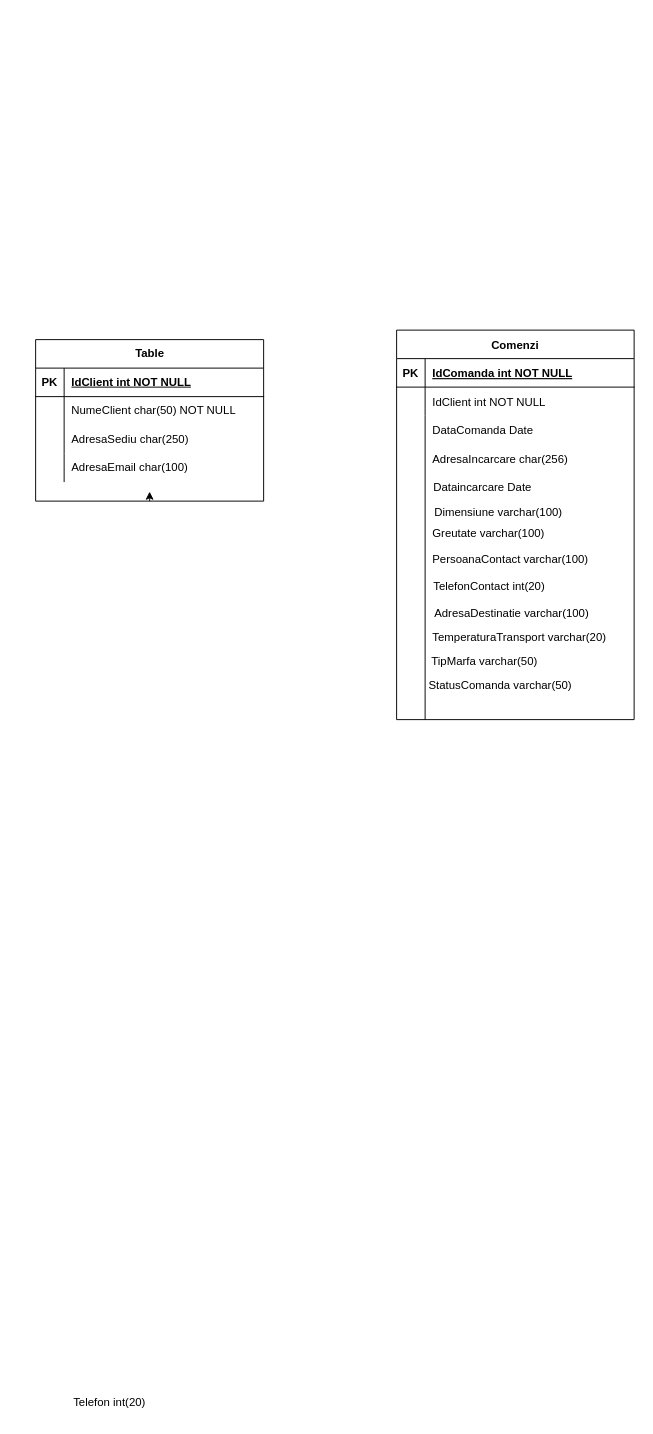
Above: TransportDataBase.drawio in AncaOanaM/Transport-Database (draw.io), before the change. Source tidied: cells renumbered, new cells numbered last; positions are measured from the earlier drawing's top-left corner, leaving out a move shared by most shapes. Both pictures are drawn from the tidied source at 95%, with x=0, y=0 at pixel (35, 330).
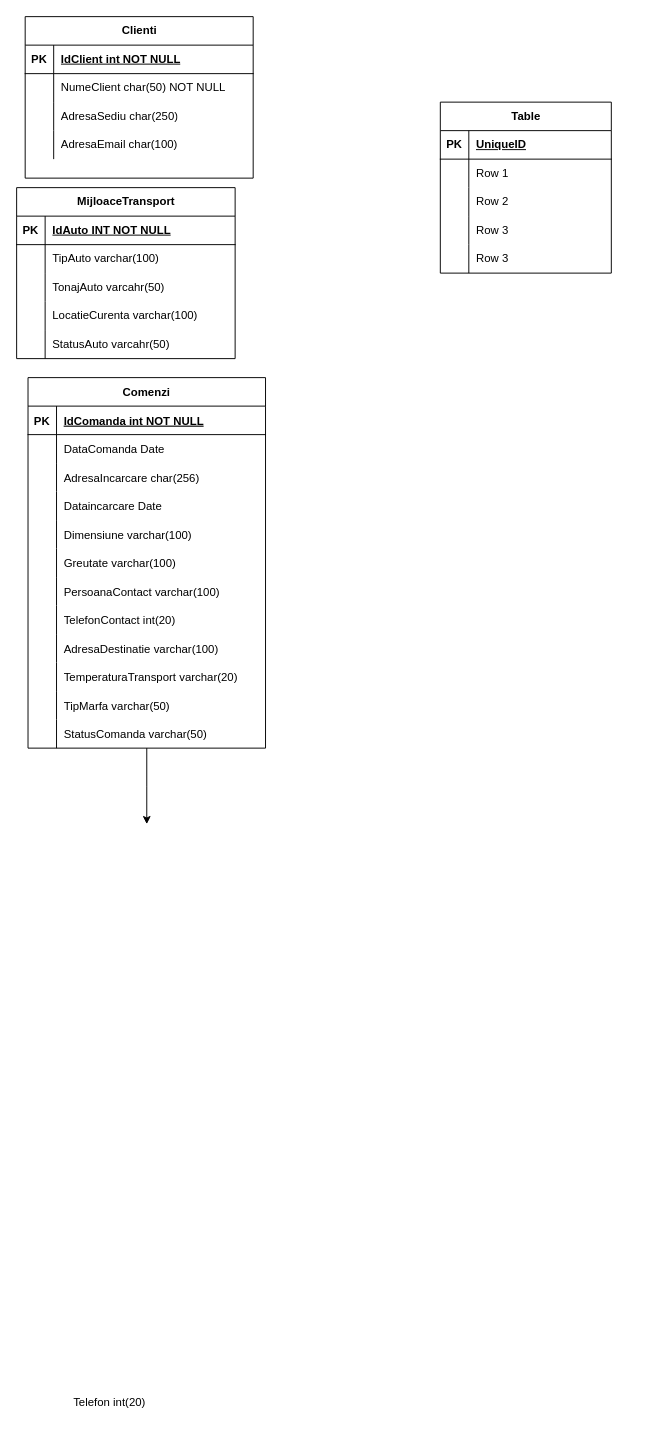
Above is the later version.

The change refers to these unchanged cells:
```xml
<mxCell id="6" style="shape=partialRectangle;fillColor=none;top=0;left=0;right=0;bottom=0;" parent="2" vertex="1">
  <mxGeometry y="60" width="250" height="30" as="geometry" />
</mxCell>
```

What changed in the source:
```diff
@@
+    <mxCell id="36" style="edgeStyle=orthogonalEdgeStyle;rounded=0;jettySize=auto;html=1;exitX=0.5;exitY=1;exitDx=0;exitDy=0;" parent="1" edge="1" source="2">
+      <mxGeometry relative="1" as="geometry">
+        <mxPoint x="117" y="520" as="targetPoint" />
+      </mxGeometry>
+    </mxCell>
     <mxCell id="2" value="Comenzi" style="shape=table;startSize=30;childLayout=tableLayout;rowLines=0;fontStyle=1;align=center;" parent="1" vertex="1">
-      <mxGeometry x="380" width="250" height="410" as="geometry" />
+      <mxGeometry x="-8" y="50" width="250" height="390" as="geometry" />
     </mxCell>
@@
-    <mxCell id="8" value="IdClient int NOT NULL" style="shape=partialRectangle;overflow=hidden;fillColor=none;top=0;left=0;bottom=0;right=0;align=left;spacingLeft=6;" parent="6" vertex="1">
+    <mxCell id="8" value="DataComanda Date" style="shape=partialRectangle;overflow=hidden;fillColor=none;top=0;left=0;bottom=0;right=0;align=left;spacingLeft=6;" parent="6" vertex="1">
       <mxGeometry x="30" width="220" height="30" as="geometry" />
     </mxCell>
-    <mxCell id="9" style="edgeStyle=orthogonalEdgeStyle;rounded=0;jettySize=auto;html=1;exitX=0.5;exitY=1;exitDx=0;exitDy=0;" parent="1" edge="1" source="10">
-      <mxGeometry relative="1" as="geometry">
-        <mxPoint x="120" y="170" as="targetPoint" />
-      </mxGeometry>
-    </mxCell>
+    <mxCell id="37" style="shape=partialRectangle;fillColor=none;top=0;left=0;right=0;bottom=0;" parent="2" vertex="1">
+      <mxGeometry y="90" width="250" height="30" as="geometry" />
+    </mxCell>
+    <mxCell id="38" style="shape=partialRectangle;overflow=hidden;fillColor=none;top=0;left=0;bottom=0;right=0;" parent="37" vertex="1">
+      <mxGeometry width="30" height="30" as="geometry" />
+    </mxCell>
+    <mxCell id="39" value="AdresaIncarcare char(256)" style="shape=partialRectangle;overflow=hidden;fillColor=none;top=0;left=0;bottom=0;right=0;align=left;spacingLeft=6;" parent="37" vertex="1">
+      <mxGeometry x="30" width="220" height="30" as="geometry" />
+    </mxCell>
+    <mxCell id="40" style="shape=partialRectangle;fillColor=none;top=0;left=0;right=0;bottom=0;" parent="2" vertex="1">
+      <mxGeometry y="120" width="250" height="30" as="geometry" />
+    </mxCell>
+    <mxCell id="41" style="shape=partialRectangle;overflow=hidden;fillColor=none;top=0;left=0;bottom=0;right=0;" parent="40" vertex="1">
+      <mxGeometry width="30" height="30" as="geometry" />
+    </mxCell>
+    <mxCell id="42" value="Dataincarcare Date" style="shape=partialRectangle;overflow=hidden;fillColor=none;top=0;left=0;bottom=0;right=0;align=left;spacingLeft=6;" parent="40" vertex="1">
+      <mxGeometry x="30" width="220" height="30" as="geometry" />
+    </mxCell>
+    <mxCell id="43" style="shape=partialRectangle;fillColor=none;top=0;left=0;right=0;bottom=0;" parent="2" vertex="1">
+      <mxGeometry y="150" width="250" height="30" as="geometry" />
+    </mxCell>
+    <mxCell id="44" style="shape=partialRectangle;overflow=hidden;fillColor=none;top=0;left=0;bottom=0;right=0;" parent="43" vertex="1">
+      <mxGeometry width="30" height="30" as="geometry" />
+    </mxCell>
+    <mxCell id="45" value="Dimensiune varchar(100)" style="shape=partialRectangle;overflow=hidden;fillColor=none;top=0;left=0;bottom=0;right=0;align=left;spacingLeft=6;" parent="43" vertex="1">
+      <mxGeometry x="30" width="220" height="30" as="geometry" />
+    </mxCell>
+    <mxCell id="46" style="shape=partialRectangle;fillColor=none;top=0;left=0;right=0;bottom=0;" parent="2" vertex="1">
+      <mxGeometry y="180" width="250" height="30" as="geometry" />
+    </mxCell>
+    <mxCell id="47" style="shape=partialRectangle;overflow=hidden;fillColor=none;top=0;left=0;bottom=0;right=0;" parent="46" vertex="1">
+      <mxGeometry width="30" height="30" as="geometry" />
+    </mxCell>
+    <mxCell id="48" value="Greutate varchar(100)" style="shape=partialRectangle;overflow=hidden;fillColor=none;top=0;left=0;bottom=0;right=0;align=left;spacingLeft=6;" parent="46" vertex="1">
+      <mxGeometry x="30" width="220" height="30" as="geometry" />
+    </mxCell>
+    <mxCell id="49" style="shape=partialRectangle;fillColor=none;top=0;left=0;right=0;bottom=0;" parent="2" vertex="1">
+      <mxGeometry y="210" width="250" height="30" as="geometry" />
+    </mxCell>
+    <mxCell id="50" style="shape=partialRectangle;overflow=hidden;fillColor=none;top=0;left=0;bottom=0;right=0;" parent="49" vertex="1">
+      <mxGeometry width="30" height="30" as="geometry" />
+    </mxCell>
+    <mxCell id="51" value="PersoanaContact varchar(100)" style="shape=partialRectangle;overflow=hidden;fillColor=none;top=0;left=0;bottom=0;right=0;align=left;spacingLeft=6;" parent="49" vertex="1">
+      <mxGeometry x="30" width="220" height="30" as="geometry" />
+    </mxCell>
+    <mxCell id="52" style="shape=partialRectangle;fillColor=none;top=0;left=0;right=0;bottom=0;" parent="2" vertex="1">
+      <mxGeometry y="240" width="250" height="30" as="geometry" />
+    </mxCell>
+    <mxCell id="53" style="shape=partialRectangle;overflow=hidden;fillColor=none;top=0;left=0;bottom=0;right=0;" parent="52" vertex="1">
+      <mxGeometry width="30" height="30" as="geometry" />
+    </mxCell>
+    <mxCell id="54" value="TelefonContact int(20)" style="shape=partialRectangle;overflow=hidden;fillColor=none;top=0;left=0;bottom=0;right=0;align=left;spacingLeft=6;" parent="52" vertex="1">
+      <mxGeometry x="30" width="220" height="30" as="geometry" />
+    </mxCell>
+    <mxCell id="55" style="shape=partialRectangle;fillColor=none;top=0;left=0;right=0;bottom=0;" parent="2" vertex="1">
+      <mxGeometry y="270" width="250" height="30" as="geometry" />
+    </mxCell>
+    <mxCell id="56" style="shape=partialRectangle;overflow=hidden;fillColor=none;top=0;left=0;bottom=0;right=0;" parent="55" vertex="1">
+      <mxGeometry width="30" height="30" as="geometry" />
+    </mxCell>
+    <mxCell id="57" value="AdresaDestinatie varchar(100)" style="shape=partialRectangle;overflow=hidden;fillColor=none;top=0;left=0;bottom=0;right=0;align=left;spacingLeft=6;" parent="55" vertex="1">
+      <mxGeometry x="30" width="220" height="30" as="geometry" />
+    </mxCell>
+    <mxCell id="58" style="shape=partialRectangle;fillColor=none;top=0;left=0;right=0;bottom=0;" parent="2" vertex="1">
+      <mxGeometry y="300" width="250" height="30" as="geometry" />
+    </mxCell>
+    <mxCell id="59" style="shape=partialRectangle;overflow=hidden;fillColor=none;top=0;left=0;bottom=0;right=0;" parent="58" vertex="1">
+      <mxGeometry width="30" height="30" as="geometry" />
+    </mxCell>
+    <mxCell id="60" value="TemperaturaTransport varchar(20)" style="shape=partialRectangle;overflow=hidden;fillColor=none;top=0;left=0;bottom=0;right=0;align=left;spacingLeft=6;" parent="58" vertex="1">
+      <mxGeometry x="30" width="220" height="30" as="geometry" />
+    </mxCell>
+    <mxCell id="61" style="shape=partialRectangle;fillColor=none;top=0;left=0;right=0;bottom=0;" parent="2" vertex="1">
+      <mxGeometry y="330" width="250" height="30" as="geometry" />
+    </mxCell>
+    <mxCell id="62" style="shape=partialRectangle;overflow=hidden;fillColor=none;top=0;left=0;bottom=0;right=0;" parent="61" vertex="1">
+      <mxGeometry width="30" height="30" as="geometry" />
+    </mxCell>
+    <mxCell id="63" value="TipMarfa varchar(50)" style="shape=partialRectangle;overflow=hidden;fillColor=none;top=0;left=0;bottom=0;right=0;align=left;spacingLeft=6;" parent="61" vertex="1">
+      <mxGeometry x="30" width="220" height="30" as="geometry" />
+    </mxCell>
+    <mxCell id="64" style="shape=partialRectangle;fillColor=none;top=0;left=0;right=0;bottom=0;" parent="2" vertex="1">
+      <mxGeometry y="360" width="250" height="30" as="geometry" />
+    </mxCell>
+    <mxCell id="65" style="shape=partialRectangle;overflow=hidden;fillColor=none;top=0;left=0;bottom=0;right=0;" parent="64" vertex="1">
+      <mxGeometry width="30" height="30" as="geometry" />
+    </mxCell>
+    <mxCell id="66" value="StatusComanda varchar(50)" style="shape=partialRectangle;overflow=hidden;fillColor=none;top=0;left=0;bottom=0;right=0;align=left;spacingLeft=6;" parent="64" vertex="1">
+      <mxGeometry x="30" width="220" height="30" as="geometry" />
+    </mxCell>
-    <mxCell id="10" value="Table" style="shape=table;startSize=30;childLayout=tableLayout;rowLines=0;fontStyle=1;align=center;html=1;" parent="1" vertex="1">
-      <mxGeometry y="10" width="240" height="170" as="geometry" />
+    <mxCell id="10" value="Clienti" style="shape=table;startSize=30;childLayout=tableLayout;rowLines=0;fontStyle=1;align=center;html=1;" parent="1" vertex="1">
+      <mxGeometry x="-11" y="-330" width="240" height="170" as="geometry" />
     </mxCell>
@@
-    <mxCell id="24" value="DataComanda Date" style="shape=partialRectangle;overflow=hidden;fillColor=none;top=0;left=0;bottom=0;right=0;align=left;spacingLeft=6;" parent="1" vertex="1">
+    <mxCell id="24" style="shape=partialRectangle;overflow=hidden;fillColor=none;top=0;left=0;bottom=0;right=0;align=left;spacingLeft=6;" parent="1" vertex="1">
       <mxGeometry x="410" y="90" width="220" height="30" as="geometry" />
     </mxCell>
-    <mxCell id="25" value="AdresaIncarcare char(256)" style="shape=partialRectangle;overflow=hidden;fillColor=none;top=0;left=0;bottom=0;right=0;align=left;spacingLeft=6;" parent="1" vertex="1">
+    <mxCell id="25" style="shape=partialRectangle;overflow=hidden;fillColor=none;top=0;left=0;bottom=0;right=0;align=left;spacingLeft=6;" parent="1" vertex="1">
       <mxGeometry x="410" y="120" width="220" height="30" as="geometry" />
     </mxCell>
-    <mxCell id="26" value="Dataincarcare Date" style="shape=partialRectangle;overflow=hidden;fillColor=none;top=0;left=0;bottom=0;right=0;align=left;spacingLeft=6;" parent="1" vertex="1">
+    <mxCell id="26" style="shape=partialRectangle;overflow=hidden;fillColor=none;top=0;left=0;bottom=0;right=0;align=left;spacingLeft=6;" parent="1" vertex="1">
       <mxGeometry x="411" y="150" width="220" height="30" as="geometry" />
     </mxCell>
-    <mxCell id="27" value="Dimensiune varchar(100)" style="shape=partialRectangle;overflow=hidden;fillColor=none;top=0;left=0;bottom=0;right=0;align=left;spacingLeft=6;" parent="1" vertex="1">
+    <mxCell id="27" style="shape=partialRectangle;overflow=hidden;fillColor=none;top=0;left=0;bottom=0;right=0;align=left;spacingLeft=6;" parent="1" vertex="1">
       <mxGeometry x="412" y="176" width="220" height="30" as="geometry" />
     </mxCell>
-    <mxCell id="28" value="Greutate varchar(100)" style="shape=partialRectangle;overflow=hidden;fillColor=none;top=0;left=0;bottom=0;right=0;align=left;spacingLeft=6;" parent="1" vertex="1">
+    <mxCell id="28" style="shape=partialRectangle;overflow=hidden;fillColor=none;top=0;left=0;bottom=0;right=0;align=left;spacingLeft=6;" parent="1" vertex="1">
       <mxGeometry x="410" y="198" width="220" height="30" as="geometry" />
     </mxCell>
-    <mxCell id="29" value="PersoanaContact varchar(100)" style="shape=partialRectangle;overflow=hidden;fillColor=none;top=0;left=0;bottom=0;right=0;align=left;spacingLeft=6;" parent="1" vertex="1">
+    <mxCell id="29" style="shape=partialRectangle;overflow=hidden;fillColor=none;top=0;left=0;bottom=0;right=0;align=left;spacingLeft=6;" parent="1" vertex="1">
       <mxGeometry x="410" y="226" width="220" height="30" as="geometry" />
     </mxCell>
-    <mxCell id="30" value="TelefonContact int(20)" style="shape=partialRectangle;overflow=hidden;fillColor=none;top=0;left=0;bottom=0;right=0;align=left;spacingLeft=6;" parent="1" vertex="1">
+    <mxCell id="30" style="shape=partialRectangle;overflow=hidden;fillColor=none;top=0;left=0;bottom=0;right=0;align=left;spacingLeft=6;" parent="1" vertex="1">
       <mxGeometry x="411" y="254" width="220" height="30" as="geometry" />
     </mxCell>
-    <mxCell id="31" value="AdresaDestinatie varchar(100)" style="shape=partialRectangle;overflow=hidden;fillColor=none;top=0;left=0;bottom=0;right=0;align=left;spacingLeft=6;" parent="1" vertex="1">
+    <mxCell id="31" style="shape=partialRectangle;overflow=hidden;fillColor=none;top=0;left=0;bottom=0;right=0;align=left;spacingLeft=6;" parent="1" vertex="1">
       <mxGeometry x="412" y="283" width="220" height="30" as="geometry" />
     </mxCell>
-    <mxCell id="32" value="TemperaturaTransport varchar(20)" style="shape=partialRectangle;overflow=hidden;fillColor=none;top=0;left=0;bottom=0;right=0;align=left;spacingLeft=6;" parent="1" vertex="1">
+    <mxCell id="32" style="shape=partialRectangle;overflow=hidden;fillColor=none;top=0;left=0;bottom=0;right=0;align=left;spacingLeft=6;" parent="1" vertex="1">
       <mxGeometry x="410" y="308" width="220" height="30" as="geometry" />
     </mxCell>
-    <mxCell id="33" value="TipMarfa varchar(50)" style="shape=partialRectangle;overflow=hidden;fillColor=none;top=0;left=0;bottom=0;right=0;align=left;spacingLeft=6;" parent="1" vertex="1">
+    <mxCell id="33" style="shape=partialRectangle;overflow=hidden;fillColor=none;top=0;left=0;bottom=0;right=0;align=left;spacingLeft=6;" parent="1" vertex="1">
       <mxGeometry x="409" y="333" width="220" height="30" as="geometry" />
     </mxCell>
-    <mxCell id="34" value="StatusComanda varchar(50)" style="shape=partialRectangle;overflow=hidden;fillColor=none;top=0;left=0;bottom=0;right=0;align=left;spacingLeft=6;" parent="1" vertex="1">
+    <mxCell id="34" style="shape=partialRectangle;overflow=hidden;fillColor=none;top=0;left=0;bottom=0;right=0;align=left;spacingLeft=6;" parent="1" vertex="1">
       <mxGeometry x="406" y="358" width="220" height="30" as="geometry" />
     </mxCell>
-    <mxCell id="35" style="endArrow=none;html=1;rounded=0;" parent="1" edge="1">
-      <mxGeometry relative="1" as="geometry">
-        <mxPoint x="410" y="410" as="sourcePoint" />
-        <mxPoint x="410" y="90" as="targetPoint" />
-      </mxGeometry>
-    </mxCell>
+    <mxCell id="67" value="MijloaceTransport" style="shape=table;startSize=30;childLayout=tableLayout;rowLines=0;fontStyle=1;align=center;html=1;" parent="1" vertex="1">
+      <mxGeometry x="-20" y="-150" width="230" height="180" as="geometry" />
+    </mxCell>
+    <mxCell id="68" style="shape=tableRow;horizontal=0;startSize=0;swimlaneHead=0;swimlaneBody=0;fillColor=none;top=0;left=0;right=0;bottom=1;" parent="67" vertex="1">
+      <mxGeometry y="30" width="230" height="30" as="geometry" />
+    </mxCell>
+    <mxCell id="69" value="PK" style="shape=partialRectangle;fillColor=none;top=0;left=0;bottom=0;right=0;fontStyle=1;overflow=hidden;whiteSpace=wrap;html=1;" parent="68" vertex="1">
+      <mxGeometry width="30" height="30" as="geometry" />
+    </mxCell>
+    <mxCell id="70" value="IdAuto INT NOT NULL" style="shape=partialRectangle;fillColor=none;top=0;left=0;bottom=0;right=0;align=left;spacingLeft=6;fontStyle=5;overflow=hidden;whiteSpace=wrap;html=1;" parent="68" vertex="1">
+      <mxGeometry x="30" width="200" height="30" as="geometry" />
+    </mxCell>
+    <mxCell id="71" style="shape=tableRow;horizontal=0;startSize=0;swimlaneHead=0;swimlaneBody=0;fillColor=none;top=0;left=0;right=0;bottom=0;" parent="67" vertex="1">
+      <mxGeometry y="60" width="230" height="30" as="geometry" />
+    </mxCell>
+    <mxCell id="72" style="shape=partialRectangle;fillColor=none;top=0;left=0;bottom=0;right=0;overflow=hidden;whiteSpace=wrap;html=1;" parent="71" vertex="1">
+      <mxGeometry width="30" height="30" as="geometry" />
+    </mxCell>
+    <mxCell id="73" value="TipAuto varchar(100)" style="shape=partialRectangle;fillColor=none;top=0;left=0;bottom=0;right=0;align=left;spacingLeft=6;overflow=hidden;whiteSpace=wrap;html=1;" parent="71" vertex="1">
+      <mxGeometry x="30" width="200" height="30" as="geometry" />
+    </mxCell>
+    <mxCell id="74" style="shape=tableRow;horizontal=0;startSize=0;swimlaneHead=0;swimlaneBody=0;fillColor=none;top=0;left=0;right=0;bottom=0;" parent="67" vertex="1">
+      <mxGeometry y="90" width="230" height="30" as="geometry" />
+    </mxCell>
+    <mxCell id="75" style="shape=partialRectangle;fillColor=none;top=0;left=0;bottom=0;right=0;overflow=hidden;whiteSpace=wrap;html=1;" parent="74" vertex="1">
+      <mxGeometry width="30" height="30" as="geometry" />
+    </mxCell>
+    <mxCell id="76" value="TonajAuto varcahr(50)" style="shape=partialRectangle;fillColor=none;top=0;left=0;bottom=0;right=0;align=left;spacingLeft=6;overflow=hidden;whiteSpace=wrap;html=1;" parent="74" vertex="1">
+      <mxGeometry x="30" width="200" height="30" as="geometry" />
+    </mxCell>
+    <mxCell id="77" style="shape=tableRow;horizontal=0;startSize=0;swimlaneHead=0;swimlaneBody=0;fillColor=none;top=0;left=0;right=0;bottom=0;" parent="67" vertex="1">
+      <mxGeometry y="120" width="230" height="30" as="geometry" />
+    </mxCell>
+    <mxCell id="78" style="shape=partialRectangle;fillColor=none;top=0;left=0;bottom=0;right=0;overflow=hidden;whiteSpace=wrap;html=1;" parent="77" vertex="1">
+      <mxGeometry width="30" height="30" as="geometry" />
+    </mxCell>
+    <mxCell id="79" value="LocatieCurenta varchar(100)" style="shape=partialRectangle;fillColor=none;top=0;left=0;bottom=0;right=0;align=left;spacingLeft=6;overflow=hidden;whiteSpace=wrap;html=1;" parent="77" vertex="1">
+      <mxGeometry x="30" width="200" height="30" as="geometry" />
+    </mxCell>
+    <mxCell id="80" style="shape=tableRow;horizontal=0;startSize=0;swimlaneHead=0;swimlaneBody=0;fillColor=none;top=0;left=0;right=0;bottom=0;" parent="67" vertex="1">
+      <mxGeometry y="150" width="230" height="30" as="geometry" />
+    </mxCell>
+    <mxCell id="81" style="shape=partialRectangle;fillColor=none;top=0;left=0;bottom=0;right=0;overflow=hidden;whiteSpace=wrap;html=1;" parent="80" vertex="1">
+      <mxGeometry width="30" height="30" as="geometry" />
+    </mxCell>
+    <mxCell id="82" value="StatusAuto varcahr(50)" style="shape=partialRectangle;fillColor=none;top=0;left=0;bottom=0;right=0;align=left;spacingLeft=6;overflow=hidden;whiteSpace=wrap;html=1;" parent="80" vertex="1">
+      <mxGeometry x="30" width="200" height="30" as="geometry" />
+    </mxCell>
+    <mxCell id="83" value="Table" style="shape=table;startSize=30;childLayout=tableLayout;rowLines=0;fontStyle=1;align=center;html=1;" parent="1" vertex="1">
+      <mxGeometry x="426" y="-240" width="180" height="180" as="geometry" />
+    </mxCell>
+    <mxCell id="84" style="shape=tableRow;horizontal=0;startSize=0;swimlaneHead=0;swimlaneBody=0;fillColor=none;top=0;left=0;right=0;bottom=1;" parent="83" vertex="1">
+      <mxGeometry y="30" width="180" height="30" as="geometry" />
+    </mxCell>
+    <mxCell id="85" value="PK" style="shape=partialRectangle;fillColor=none;top=0;left=0;bottom=0;right=0;fontStyle=1;overflow=hidden;whiteSpace=wrap;html=1;" parent="84" vertex="1">
+      <mxGeometry width="30" height="30" as="geometry" />
+    </mxCell>
+    <mxCell id="86" value="UniqueID" style="shape=partialRectangle;fillColor=none;top=0;left=0;bottom=0;right=0;align=left;spacingLeft=6;fontStyle=5;overflow=hidden;whiteSpace=wrap;html=1;" parent="84" vertex="1">
+      <mxGeometry x="30" width="150" height="30" as="geometry" />
+    </mxCell>
+    <mxCell id="87" style="shape=tableRow;horizontal=0;startSize=0;swimlaneHead=0;swimlaneBody=0;fillColor=none;top=0;left=0;right=0;bottom=0;" parent="83" vertex="1">
+      <mxGeometry y="60" width="180" height="30" as="geometry" />
+    </mxCell>
+    <mxCell id="88" style="shape=partialRectangle;fillColor=none;top=0;left=0;bottom=0;right=0;overflow=hidden;whiteSpace=wrap;html=1;" parent="87" vertex="1">
+      <mxGeometry width="30" height="30" as="geometry" />
+    </mxCell>
+    <mxCell id="89" value="Row 1" style="shape=partialRectangle;fillColor=none;top=0;left=0;bottom=0;right=0;align=left;spacingLeft=6;overflow=hidden;whiteSpace=wrap;html=1;" parent="87" vertex="1">
+      <mxGeometry x="30" width="150" height="30" as="geometry" />
+    </mxCell>
+    <mxCell id="90" style="shape=tableRow;horizontal=0;startSize=0;swimlaneHead=0;swimlaneBody=0;fillColor=none;top=0;left=0;right=0;bottom=0;" parent="83" vertex="1">
+      <mxGeometry y="90" width="180" height="30" as="geometry" />
+    </mxCell>
+    <mxCell id="91" style="shape=partialRectangle;fillColor=none;top=0;left=0;bottom=0;right=0;overflow=hidden;whiteSpace=wrap;html=1;" parent="90" vertex="1">
+      <mxGeometry width="30" height="30" as="geometry" />
+    </mxCell>
+    <mxCell id="92" value="Row 2" style="shape=partialRectangle;fillColor=none;top=0;left=0;bottom=0;right=0;align=left;spacingLeft=6;overflow=hidden;whiteSpace=wrap;html=1;" parent="90" vertex="1">
+      <mxGeometry x="30" width="150" height="30" as="geometry" />
+    </mxCell>
+    <mxCell id="93" style="shape=tableRow;horizontal=0;startSize=0;swimlaneHead=0;swimlaneBody=0;fillColor=none;top=0;left=0;right=0;bottom=0;" parent="83" vertex="1">
+      <mxGeometry y="120" width="180" height="30" as="geometry" />
+    </mxCell>
+    <mxCell id="94" style="shape=partialRectangle;fillColor=none;top=0;left=0;bottom=0;right=0;overflow=hidden;whiteSpace=wrap;html=1;" parent="93" vertex="1">
+      <mxGeometry width="30" height="30" as="geometry" />
+    </mxCell>
+    <mxCell id="95" value="Row 3" style="shape=partialRectangle;fillColor=none;top=0;left=0;bottom=0;right=0;align=left;spacingLeft=6;overflow=hidden;whiteSpace=wrap;html=1;" parent="93" vertex="1">
+      <mxGeometry x="30" width="150" height="30" as="geometry" />
+    </mxCell>
+    <mxCell id="96" style="shape=tableRow;horizontal=0;startSize=0;swimlaneHead=0;swimlaneBody=0;fillColor=none;top=0;left=0;right=0;bottom=0;" parent="83" vertex="1">
+      <mxGeometry y="150" width="180" height="30" as="geometry" />
+    </mxCell>
+    <mxCell id="97" style="shape=partialRectangle;fillColor=none;top=0;left=0;bottom=0;right=0;overflow=hidden;whiteSpace=wrap;html=1;" parent="96" vertex="1">
+      <mxGeometry width="30" height="30" as="geometry" />
+    </mxCell>
+    <mxCell id="98" value="Row 3" style="shape=partialRectangle;fillColor=none;top=0;left=0;bottom=0;right=0;align=left;spacingLeft=6;overflow=hidden;whiteSpace=wrap;html=1;" parent="96" vertex="1">
+      <mxGeometry x="30" width="150" height="30" as="geometry" />
+    </mxCell>
```
